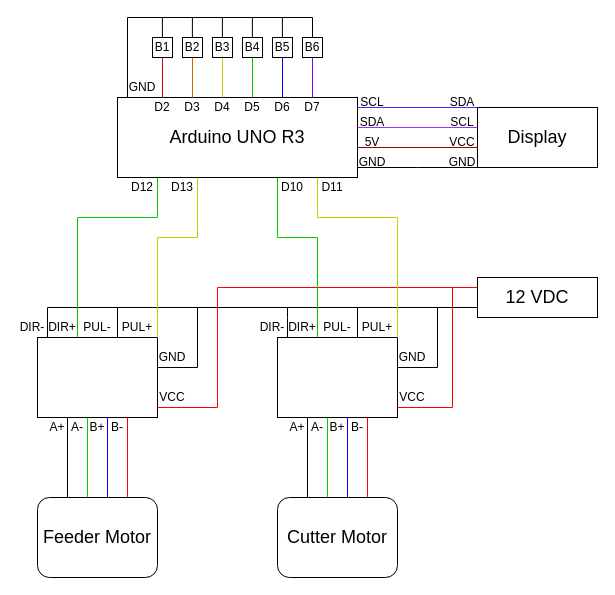
arthkrit/Project-Wirring-Cutter keeps this draw.io diagram as WirringDiagram.drawio. Above is the earlier version. Source tidied: cells renumbered, new cells numbered last; positions are measured from the earlier drawing's top-left corner, leaving out a move shared by most shapes. Both pictures are drawn from the tidied source at 100%, with x=0, y=0 at pixel (17, 17).
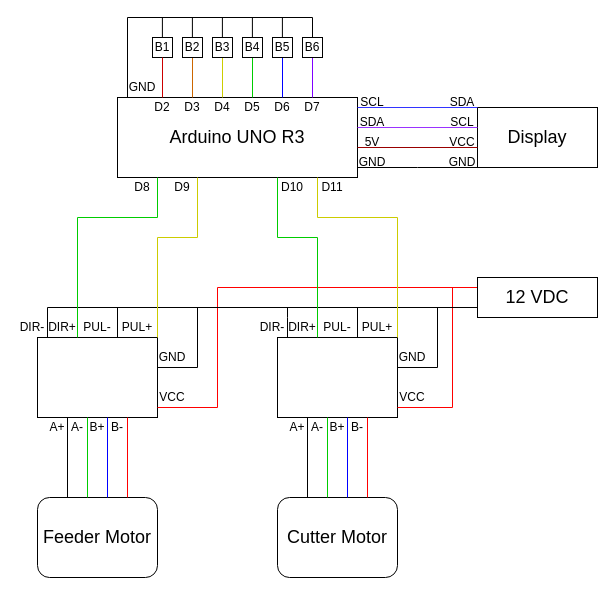
Above is the later version.

Change to the diagram source:
```diff
@@
-    <mxCell id="51" value="D12" style="text;html=1;whiteSpace=wrap;strokeColor=none;fillColor=none;align=center;verticalAlign=middle;rounded=0;" parent="1" vertex="1">
+    <mxCell id="51" value="D8" style="text;html=1;whiteSpace=wrap;strokeColor=none;fillColor=none;align=center;verticalAlign=middle;rounded=0;" parent="1" vertex="1">
       <mxGeometry x="110" y="160" width="30" height="20" as="geometry" />
     </mxCell>
-    <mxCell id="52" value="D13" style="text;html=1;whiteSpace=wrap;strokeColor=none;fillColor=none;align=center;verticalAlign=middle;rounded=0;" parent="1" vertex="1">
+    <mxCell id="52" value="D9" style="text;html=1;whiteSpace=wrap;strokeColor=none;fillColor=none;align=center;verticalAlign=middle;rounded=0;" parent="1" vertex="1">
       <mxGeometry x="150" y="160" width="30" height="20" as="geometry" />
     </mxCell>
```
